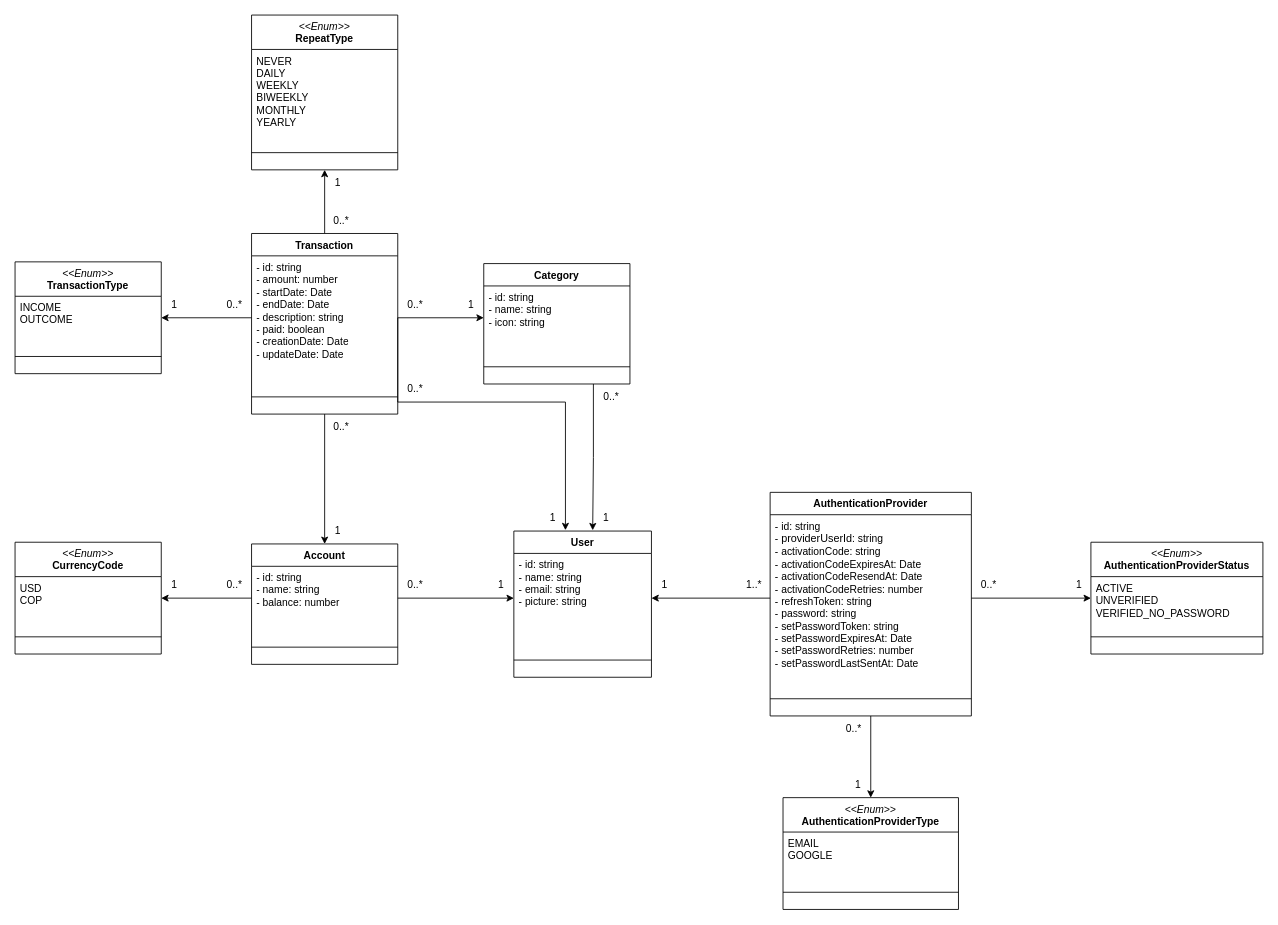
Before: docs/class_budget.drawio in acastillo9/budget-api, a draw.io diagram. Source tidied: cells renumbered, new cells numbered last; positions are measured from the earlier drawing's top-left corner, leaving out a move shared by most shapes. Both pictures are drawn from the tidied source at 86%, with x=0, y=0 at pixel (15, 15).
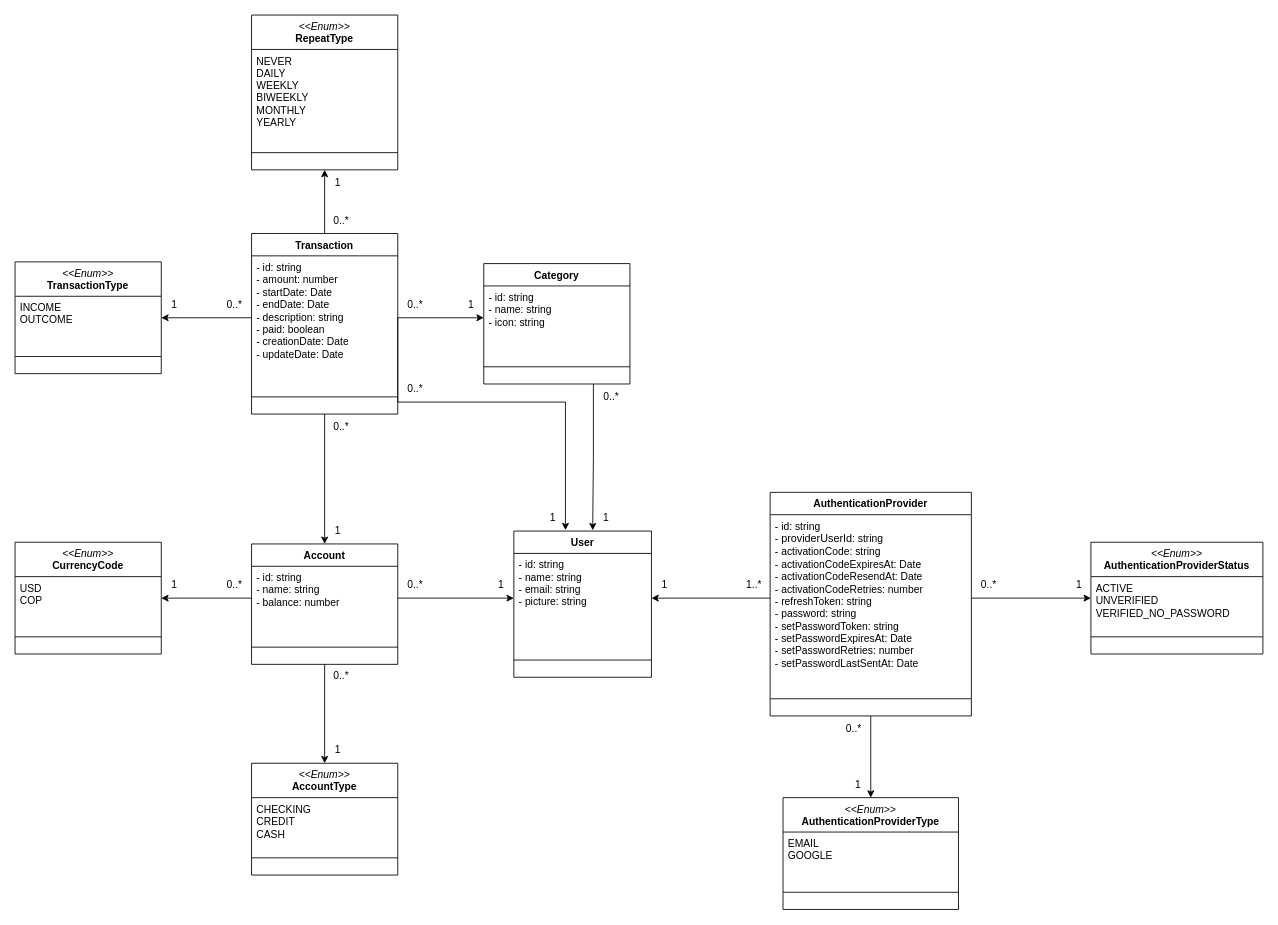
The same diagram, later.

The change refers to these unchanged cells:
```xml
<mxCell id="29" value="Account" style="swimlane;fontStyle=1;align=center;verticalAlign=top;horizontal=1;startSize=26;whiteSpace=wrap;html=1;" parent="1" vertex="1">
  <mxGeometry x="275" y="615" width="170" height="140" as="geometry" />
</mxCell>
```

The edit, as a diff of the source:
```diff
@@
+    <mxCell id="65" style="edgeStyle=orthogonalEdgeStyle;rounded=0;jettySize=auto;html=1;" parent="1" edge="1" source="29" target="66">
+      <mxGeometry relative="1" as="geometry" />
+    </mxCell>
@@
+    <mxCell id="66" value="&lt;div&gt;&lt;i style=&quot;font-weight: 400;&quot;&gt;&amp;lt;&amp;lt;Enum&amp;gt;&amp;gt;&lt;/i&gt;&lt;br&gt;&lt;/div&gt;AccountType" style="swimlane;fontStyle=1;align=center;verticalAlign=top;horizontal=1;startSize=40;whiteSpace=wrap;html=1;" parent="1" vertex="1">
+      <mxGeometry x="275" y="870" width="170" height="130" as="geometry" />
+    </mxCell>
+    <mxCell id="67" value="CHECKING&lt;div&gt;CREDIT&lt;/div&gt;&lt;div&gt;CASH&lt;/div&gt;" style="text;strokeColor=none;fillColor=none;align=left;verticalAlign=top;spacingLeft=4;spacingRight=4;overflow=hidden;whiteSpace=wrap;html=1;" parent="66" vertex="1">
+      <mxGeometry y="40" width="170" height="50" as="geometry" />
+    </mxCell>
+    <mxCell id="68" style="line;strokeWidth=1;fillColor=none;align=left;verticalAlign=middle;spacingTop=-1;spacingLeft=3;spacingRight=3;labelPosition=right;strokeColor=inherit;" parent="66" vertex="1">
+      <mxGeometry y="90" width="170" height="40" as="geometry" />
+    </mxCell>
+    <mxCell id="69" value="1" style="text;html=1;align=center;verticalAlign=middle;strokeColor=none;fillColor=none;" parent="1" vertex="1">
+      <mxGeometry x="360" y="840" width="30" height="30" as="geometry" />
+    </mxCell>
+    <mxCell id="70" value="0..*" style="text;html=1;align=center;verticalAlign=middle;strokeColor=none;fillColor=none;" parent="1" vertex="1">
+      <mxGeometry x="359" y="754" width="40" height="30" as="geometry" />
+    </mxCell>
```
